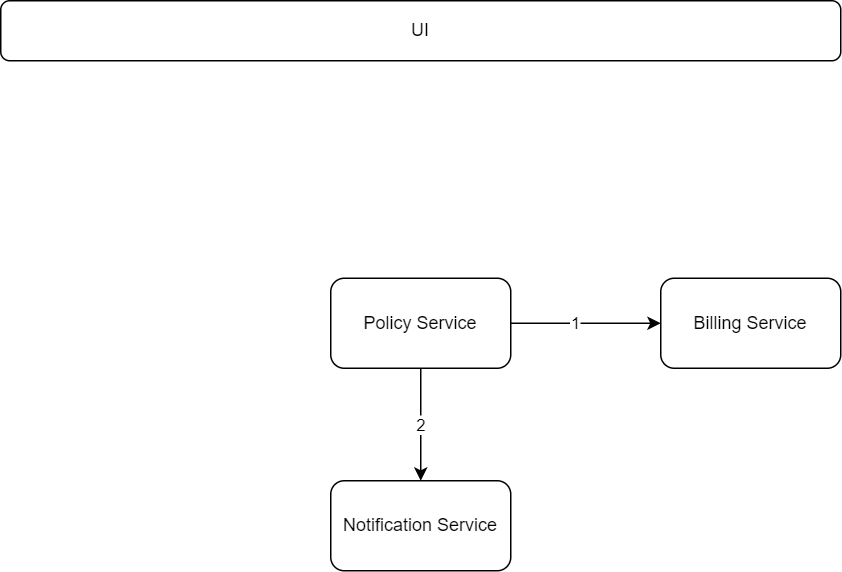
danieland2606/Bachelorprojekt keeps this draw.io diagram as EDA/UML/Architekturentscheidungen/VertragEmail/EDAVertragEmailProblemstellung.drawio.png. Above is the earlier version. Source tidied: cells renumbered, new cells last; positions are measured from the earlier drawing's top-left corner, leaving out a move shared by most shapes.
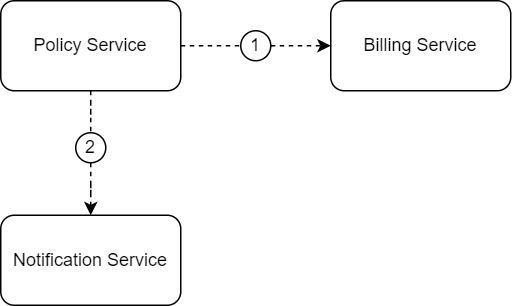
Above is the later version.

Change to the diagram source:
```diff
@@ -2,26 +2,32 @@
   <root>
     <mxCell id="0" />
     <mxCell id="1" parent="0" />
-    <mxCell id="2" value="UI" style="rounded=1;whiteSpace=wrap;html=1;" parent="1" vertex="1">
-      <mxGeometry width="560" height="40" as="geometry" />
-    </mxCell>
-    <mxCell id="3" value="2" style="edgeStyle=orthogonalEdgeStyle;rounded=0;jettySize=auto;html=1;" parent="1" edge="1" source="6" target="7">
+    <mxCell id="3" style="edgeStyle=orthogonalEdgeStyle;rounded=0;jettySize=auto;html=1;dashed=1;entryX=0.5;entryY=0;entryDx=0;entryDy=0;" parent="1" edge="1" source="10" target="7">
       <mxGeometry relative="1" as="geometry" />
     </mxCell>
-    <mxCell id="4" style="edgeStyle=orthogonalEdgeStyle;rounded=0;jettySize=auto;html=1;" parent="1" edge="1" source="6" target="8">
+    <mxCell id="4" style="edgeStyle=orthogonalEdgeStyle;rounded=0;jettySize=auto;html=1;dashed=1;" parent="1" edge="1" source="5" target="8">
       <mxGeometry relative="1" as="geometry" />
     </mxCell>
-    <mxCell id="5" value="1" style="edgeLabel;html=1;align=center;verticalAlign=middle;points=[];" parent="4" vertex="1">
-      <mxGeometry x="-0.15" relative="1" as="geometry" />
-    </mxCell>
     <mxCell id="6" value="Policy Service" style="rounded=1;whiteSpace=wrap;html=1;" parent="1" vertex="1">
       <mxGeometry x="220" y="185" width="120" height="60" as="geometry" />
     </mxCell>
     <mxCell id="7" value="Notification Service" style="rounded=1;whiteSpace=wrap;html=1;" parent="1" vertex="1">
-      <mxGeometry x="220" y="320" width="120" height="60" as="geometry" />
+      <mxGeometry x="220" y="328" width="120" height="60" as="geometry" />
     </mxCell>
     <mxCell id="8" value="Billing Service" style="rounded=1;whiteSpace=wrap;html=1;" parent="1" vertex="1">
       <mxGeometry x="440" y="185" width="120" height="60" as="geometry" />
     </mxCell>
+    <mxCell id="9" style="edgeStyle=orthogonalEdgeStyle;rounded=0;jettySize=auto;html=1;dashed=1;endArrow=none;endFill=0;" parent="1" edge="1" source="6" target="10">
+      <mxGeometry relative="1" as="geometry" />
+    </mxCell>
+    <mxCell id="10" value="2" style="ellipse;whiteSpace=wrap;html=1;" parent="1" vertex="1">
+      <mxGeometry x="270" y="273" width="20" height="20" as="geometry" />
+    </mxCell>
+    <mxCell id="11" style="edgeStyle=orthogonalEdgeStyle;rounded=0;jettySize=auto;html=1;dashed=1;endArrow=none;endFill=0;" parent="1" edge="1" source="6" target="5">
+      <mxGeometry relative="1" as="geometry" />
+    </mxCell>
+    <mxCell id="5" value="1" style="ellipse;whiteSpace=wrap;html=1;" parent="1" vertex="1">
+      <mxGeometry x="380" y="205" width="20" height="20" as="geometry" />
+    </mxCell>
   </root>
 </mxGraphModel>
```
